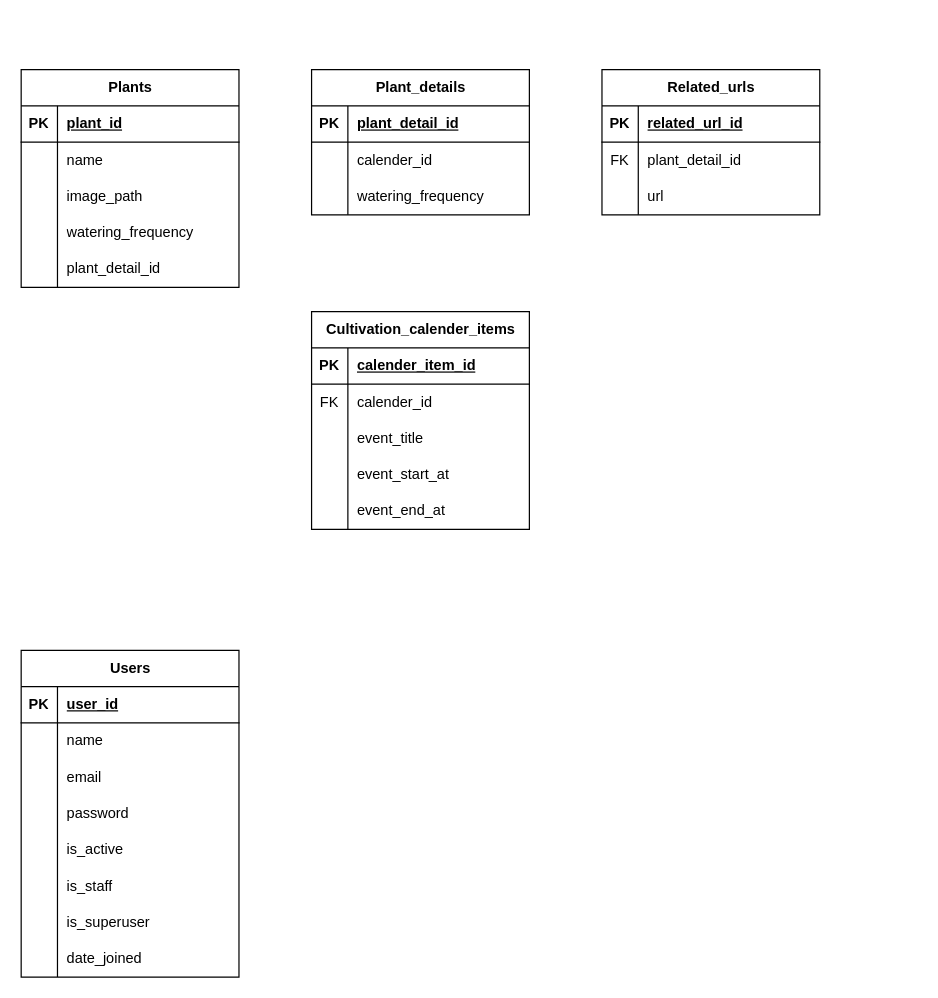
The draw.io diagram documents/ERD.drawio in AikawaShota/garden-management, before the edit. Source tidied: cells renumbered, new cells numbered last; positions are measured from the earlier drawing's top-left corner, leaving out a move shared by most shapes. Both pictures are drawn from the tidied source at 121%, with x=0, y=0 at pixel (21, 69).
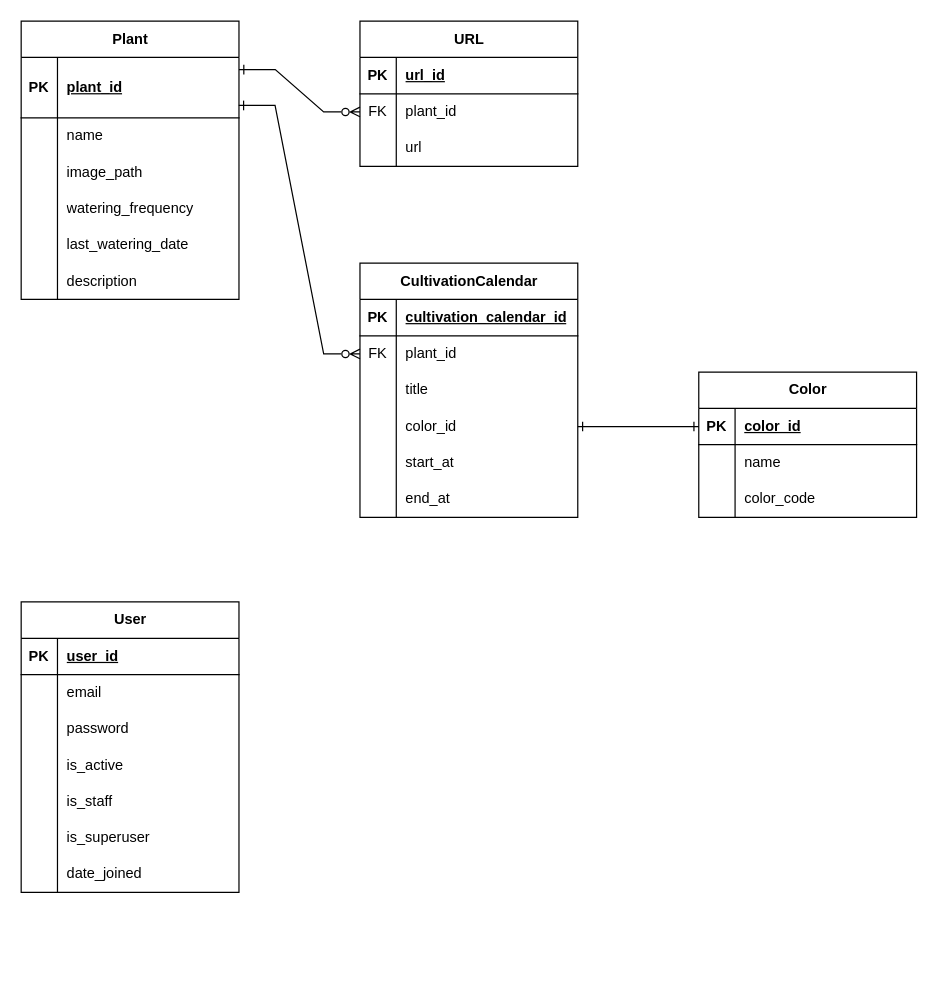
After the change.

Unchanged cells that the change refers to:
```xml
<mxCell id="54" style="shape=tableRow;horizontal=0;startSize=0;swimlaneHead=0;swimlaneBody=0;fillColor=none;top=0;left=0;right=0;bottom=1;" parent="53" vertex="1">
  <mxGeometry y="30" width="180" height="30" as="geometry" />
</mxCell>
<mxCell id="57" style="shape=tableRow;horizontal=0;startSize=0;swimlaneHead=0;swimlaneBody=0;fillColor=none;points=[[0,0.5],[1,0.5]];portConstraint=eastwest;top=0;left=0;right=0;bottom=0;" parent="53" vertex="1">
  <mxGeometry y="60" width="180" height="30" as="geometry" />
</mxCell>
<mxCell id="64" style="shape=tableRow;horizontal=0;startSize=0;swimlaneHead=0;swimlaneBody=0;fillColor=none;top=0;left=0;right=0;bottom=1;" parent="63" vertex="1">
  <mxGeometry y="30" width="180" height="30" as="geometry" />
</mxCell>
<mxCell id="67" style="shape=tableRow;horizontal=0;startSize=0;swimlaneHead=0;swimlaneBody=0;fillColor=none;points=[[0,0.5],[1,0.5]];portConstraint=eastwest;top=0;left=0;right=0;bottom=0;" parent="63" vertex="1">
  <mxGeometry y="60" width="180" height="30" as="geometry" />
</mxCell>
<mxCell id="70" style="shape=tableRow;horizontal=0;startSize=0;swimlaneHead=0;swimlaneBody=0;fillColor=none;top=0;left=0;right=0;bottom=0;" parent="63" vertex="1">
  <mxGeometry y="90" width="180" height="30" as="geometry" />
</mxCell>
```

Diff of the diagram source:
```diff
@@
-    <mxCell id="2" value="Plants" style="shape=table;startSize=30;childLayout=tableLayout;rowLines=0;fontStyle=1;align=center;html=1;" parent="1" vertex="1">
-      <mxGeometry width="180" height="180" as="geometry" />
+    <mxCell id="2" value="Plant" style="shape=table;startSize=30;childLayout=tableLayout;rowLines=0;fontStyle=1;align=center;html=1;" parent="1" vertex="1">
+      <mxGeometry y="-40" width="180" height="230" as="geometry" />
     </mxCell>
     <mxCell id="3" style="shape=tableRow;horizontal=0;startSize=0;swimlaneHead=0;swimlaneBody=0;fillColor=none;points=[[0,0.5],[1,0.5]];portConstraint=eastwest;top=0;left=0;right=0;bottom=1;" parent="2" vertex="1">
-      <mxGeometry y="30" width="180" height="30" as="geometry" />
+      <mxGeometry y="30" width="180" height="50" as="geometry" />
     </mxCell>
     <mxCell id="4" value="PK" style="shape=partialRectangle;fillColor=none;top=0;left=0;bottom=0;right=0;fontStyle=1;overflow=hidden;whiteSpace=wrap;html=1;" parent="3" vertex="1">
-      <mxGeometry width="30" height="30" as="geometry" />
+      <mxGeometry width="30" height="50" as="geometry" />
     </mxCell>
     <mxCell id="5" value="plant_id" style="shape=partialRectangle;fillColor=none;top=0;left=0;bottom=0;right=0;align=left;spacingLeft=6;fontStyle=5;overflow=hidden;whiteSpace=wrap;html=1;" parent="3" vertex="1">
-      <mxGeometry x="30" width="150" height="30" as="geometry" />
+      <mxGeometry x="30" width="150" height="50" as="geometry" />
     </mxCell>
     <mxCell id="6" style="shape=tableRow;horizontal=0;startSize=0;swimlaneHead=0;swimlaneBody=0;fillColor=none;top=0;left=0;right=0;bottom=0;" parent="2" vertex="1">
-      <mxGeometry y="60" width="180" height="30" as="geometry" />
+      <mxGeometry y="80" width="180" height="30" as="geometry" />
     </mxCell>
@@
     <mxCell id="9" style="shape=tableRow;horizontal=0;startSize=0;swimlaneHead=0;swimlaneBody=0;fillColor=none;top=0;left=0;right=0;bottom=0;" parent="2" vertex="1">
-      <mxGeometry y="90" width="180" height="30" as="geometry" />
+      <mxGeometry y="110" width="180" height="30" as="geometry" />
     </mxCell>
@@
     <mxCell id="12" style="shape=tableRow;horizontal=0;startSize=0;swimlaneHead=0;swimlaneBody=0;fillColor=none;top=0;left=0;right=0;bottom=0;" parent="2" vertex="1">
-      <mxGeometry y="120" width="180" height="30" as="geometry" />
+      <mxGeometry y="140" width="180" height="30" as="geometry" />
     </mxCell>
@@
-    <mxCell id="15" style="shape=tableRow;horizontal=0;startSize=0;swimlaneHead=0;swimlaneBody=0;fillColor=none;top=0;left=0;right=0;bottom=0;" parent="2" vertex="1">
-      <mxGeometry y="150" width="180" height="30" as="geometry" />
-    </mxCell>
-    <mxCell id="16" style="shape=partialRectangle;fillColor=none;top=0;left=0;bottom=0;right=0;overflow=hidden;whiteSpace=wrap;html=1;" parent="15" vertex="1">
-      <mxGeometry width="30" height="30" as="geometry" />
-    </mxCell>
-    <mxCell id="17" value="plant_detail_id" style="shape=partialRectangle;fillColor=none;top=0;left=0;bottom=0;right=0;align=left;spacingLeft=6;overflow=hidden;whiteSpace=wrap;html=1;" parent="15" vertex="1">
-      <mxGeometry x="30" width="150" height="30" as="geometry" />
-    </mxCell>
+    <mxCell id="79" style="shape=tableRow;horizontal=0;startSize=0;swimlaneHead=0;swimlaneBody=0;fillColor=none;top=0;left=0;right=0;bottom=0;" parent="2" vertex="1">
+      <mxGeometry y="170" width="180" height="30" as="geometry" />
+    </mxCell>
+    <mxCell id="80" style="shape=partialRectangle;fillColor=none;top=0;left=0;bottom=0;right=0;overflow=hidden;whiteSpace=wrap;html=1;" parent="79" vertex="1">
+      <mxGeometry width="30" height="30" as="geometry" />
+    </mxCell>
+    <mxCell id="81" value="last_watering_date" style="shape=partialRectangle;fillColor=none;top=0;left=0;bottom=0;right=0;align=left;spacingLeft=6;overflow=hidden;whiteSpace=wrap;html=1;" parent="79" vertex="1">
+      <mxGeometry x="30" width="150" height="30" as="geometry" />
+    </mxCell>
+    <mxCell id="82" style="shape=tableRow;horizontal=0;startSize=0;swimlaneHead=0;swimlaneBody=0;fillColor=none;top=0;left=0;right=0;bottom=0;" parent="2" vertex="1">
+      <mxGeometry y="200" width="180" height="30" as="geometry" />
+    </mxCell>
+    <mxCell id="83" style="shape=partialRectangle;fillColor=none;top=0;left=0;bottom=0;right=0;overflow=hidden;whiteSpace=wrap;html=1;" parent="82" vertex="1">
+      <mxGeometry width="30" height="30" as="geometry" />
+    </mxCell>
+    <mxCell id="84" value="description" style="shape=partialRectangle;fillColor=none;top=0;left=0;bottom=0;right=0;align=left;spacingLeft=6;overflow=hidden;whiteSpace=wrap;html=1;" parent="82" vertex="1">
+      <mxGeometry x="30" width="150" height="30" as="geometry" />
+    </mxCell>
-    <mxCell id="18" value="Users" style="shape=table;startSize=30;childLayout=tableLayout;rowLines=0;fontStyle=1;align=center;html=1;" parent="1" vertex="1">
-      <mxGeometry y="480" width="180" height="270" as="geometry" />
+    <mxCell id="18" value="User" style="shape=table;startSize=30;childLayout=tableLayout;rowLines=0;fontStyle=1;align=center;html=1;" parent="1" vertex="1">
+      <mxGeometry y="440" width="180" height="240" as="geometry" />
     </mxCell>
@@
-    <mxCell id="22" style="shape=tableRow;horizontal=0;startSize=0;swimlaneHead=0;swimlaneBody=0;fillColor=none;top=0;left=0;right=0;bottom=0;" parent="18" vertex="1">
-      <mxGeometry y="60" width="180" height="30" as="geometry" />
-    </mxCell>
-    <mxCell id="23" style="shape=partialRectangle;fillColor=none;top=0;left=0;bottom=0;right=0;overflow=hidden;whiteSpace=wrap;html=1;" parent="22" vertex="1">
-      <mxGeometry width="30" height="30" as="geometry" />
-    </mxCell>
-    <mxCell id="24" value="name" style="shape=partialRectangle;fillColor=none;top=0;left=0;bottom=0;right=0;align=left;spacingLeft=6;overflow=hidden;whiteSpace=wrap;html=1;" parent="22" vertex="1">
-      <mxGeometry x="30" width="150" height="30" as="geometry" />
-    </mxCell>
     <mxCell id="25" style="shape=tableRow;horizontal=0;startSize=0;swimlaneHead=0;swimlaneBody=0;fillColor=none;top=0;left=0;right=0;bottom=0;" parent="18" vertex="1">
-      <mxGeometry y="90" width="180" height="30" as="geometry" />
+      <mxGeometry y="60" width="180" height="30" as="geometry" />
     </mxCell>
@@
     <mxCell id="28" style="shape=tableRow;horizontal=0;startSize=0;swimlaneHead=0;swimlaneBody=0;fillColor=none;top=0;left=0;right=0;bottom=0;" parent="18" vertex="1">
-      <mxGeometry y="120" width="180" height="30" as="geometry" />
+      <mxGeometry y="90" width="180" height="30" as="geometry" />
     </mxCell>
@@
     <mxCell id="31" style="shape=tableRow;horizontal=0;startSize=0;swimlaneHead=0;swimlaneBody=0;fillColor=none;top=0;left=0;right=0;bottom=0;" parent="18" vertex="1">
-      <mxGeometry y="150" width="180" height="30" as="geometry" />
+      <mxGeometry y="120" width="180" height="30" as="geometry" />
     </mxCell>
@@
     <mxCell id="34" style="shape=tableRow;horizontal=0;startSize=0;swimlaneHead=0;swimlaneBody=0;fillColor=none;top=0;left=0;right=0;bottom=0;" parent="18" vertex="1">
-      <mxGeometry y="180" width="180" height="30" as="geometry" />
+      <mxGeometry y="150" width="180" height="30" as="geometry" />
     </mxCell>
@@
     <mxCell id="37" style="shape=tableRow;horizontal=0;startSize=0;swimlaneHead=0;swimlaneBody=0;fillColor=none;top=0;left=0;right=0;bottom=0;" parent="18" vertex="1">
-      <mxGeometry y="210" width="180" height="30" as="geometry" />
+      <mxGeometry y="180" width="180" height="30" as="geometry" />
     </mxCell>
@@
     <mxCell id="40" style="shape=tableRow;horizontal=0;startSize=0;swimlaneHead=0;swimlaneBody=0;fillColor=none;top=0;left=0;right=0;bottom=0;" parent="18" vertex="1">
-      <mxGeometry y="240" width="180" height="30" as="geometry" />
+      <mxGeometry y="210" width="180" height="30" as="geometry" />
     </mxCell>
@@
-    <mxCell id="43" value="Plant_details" style="shape=table;startSize=30;childLayout=tableLayout;rowLines=0;fontStyle=1;align=center;html=1;" parent="1" vertex="1">
-      <mxGeometry x="240" width="180" height="120" as="geometry" />
-    </mxCell>
-    <mxCell id="44" style="shape=tableRow;horizontal=0;startSize=0;swimlaneHead=0;swimlaneBody=0;fillColor=none;points=[[0,0.5],[1,0.5]];portConstraint=eastwest;top=0;left=0;right=0;bottom=1;" parent="43" vertex="1">
-      <mxGeometry y="30" width="180" height="30" as="geometry" />
-    </mxCell>
-    <mxCell id="45" value="PK" style="shape=partialRectangle;fillColor=none;top=0;left=0;bottom=0;right=0;fontStyle=1;overflow=hidden;whiteSpace=wrap;html=1;" parent="44" vertex="1">
-      <mxGeometry width="30" height="30" as="geometry" />
-    </mxCell>
-    <mxCell id="46" value="plant_detail_id" style="shape=partialRectangle;fillColor=none;top=0;left=0;bottom=0;right=0;align=left;spacingLeft=6;fontStyle=5;overflow=hidden;whiteSpace=wrap;html=1;" parent="44" vertex="1">
-      <mxGeometry x="30" width="150" height="30" as="geometry" />
-    </mxCell>
-    <mxCell id="47" style="shape=tableRow;horizontal=0;startSize=0;swimlaneHead=0;swimlaneBody=0;fillColor=none;top=0;left=0;right=0;bottom=0;" parent="43" vertex="1">
-      <mxGeometry y="60" width="180" height="30" as="geometry" />
-    </mxCell>
-    <mxCell id="48" style="shape=partialRectangle;fillColor=none;top=0;left=0;bottom=0;right=0;overflow=hidden;whiteSpace=wrap;html=1;" parent="47" vertex="1">
-      <mxGeometry width="30" height="30" as="geometry" />
-    </mxCell>
-    <mxCell id="49" value="calender_id" style="shape=partialRectangle;fillColor=none;top=0;left=0;bottom=0;right=0;align=left;spacingLeft=6;overflow=hidden;whiteSpace=wrap;html=1;" parent="47" vertex="1">
-      <mxGeometry x="30" width="150" height="30" as="geometry" />
-    </mxCell>
-    <mxCell id="50" style="shape=tableRow;horizontal=0;startSize=0;swimlaneHead=0;swimlaneBody=0;fillColor=none;top=0;left=0;right=0;bottom=0;" parent="43" vertex="1">
-      <mxGeometry y="90" width="180" height="30" as="geometry" />
-    </mxCell>
-    <mxCell id="51" style="shape=partialRectangle;fillColor=none;top=0;left=0;bottom=0;right=0;overflow=hidden;whiteSpace=wrap;html=1;" parent="50" vertex="1">
-      <mxGeometry width="30" height="30" as="geometry" />
-    </mxCell>
-    <mxCell id="52" value="watering_frequency" style="shape=partialRectangle;fillColor=none;top=0;left=0;bottom=0;right=0;align=left;spacingLeft=6;overflow=hidden;whiteSpace=wrap;html=1;" parent="50" vertex="1">
-      <mxGeometry x="30" width="150" height="30" as="geometry" />
-    </mxCell>
-    <mxCell id="53" value="Related_urls" style="shape=table;startSize=30;childLayout=tableLayout;rowLines=0;fontStyle=1;align=center;html=1;" parent="1" vertex="1">
-      <mxGeometry x="480" width="180" height="120" as="geometry" />
+    <mxCell id="53" value="URL" style="shape=table;startSize=30;childLayout=tableLayout;rowLines=0;fontStyle=1;align=center;html=1;" parent="1" vertex="1">
+      <mxGeometry x="280" y="-40" width="180" height="120" as="geometry" />
     </mxCell>
@@
-    <mxCell id="56" value="related_url_id" style="shape=partialRectangle;fillColor=none;top=0;left=0;bottom=0;right=0;align=left;spacingLeft=6;fontStyle=5;overflow=hidden;whiteSpace=wrap;html=1;" parent="54" vertex="1">
+    <mxCell id="56" value="url_id" style="shape=partialRectangle;fillColor=none;top=0;left=0;bottom=0;right=0;align=left;spacingLeft=6;fontStyle=5;overflow=hidden;whiteSpace=wrap;html=1;" parent="54" vertex="1">
       <mxGeometry x="30" width="150" height="30" as="geometry" />
     </mxCell>
@@
-    <mxCell id="59" value="plant_detail_id" style="shape=partialRectangle;fillColor=none;top=0;left=0;bottom=0;right=0;align=left;spacingLeft=6;overflow=hidden;whiteSpace=wrap;html=1;" parent="57" vertex="1">
+    <mxCell id="59" value="plant_id" style="shape=partialRectangle;fillColor=none;top=0;left=0;bottom=0;right=0;align=left;spacingLeft=6;overflow=hidden;whiteSpace=wrap;html=1;" parent="57" vertex="1">
       <mxGeometry x="30" width="150" height="30" as="geometry" />
     </mxCell>
@@
-    <mxCell id="63" value="Cultivation_calender_items" style="shape=table;startSize=30;childLayout=tableLayout;rowLines=0;fontStyle=1;align=center;html=1;" parent="1" vertex="1">
-      <mxGeometry x="240" y="200" width="180" height="180" as="geometry" />
+    <mxCell id="63" value="CultivationCalendar" style="shape=table;startSize=30;childLayout=tableLayout;rowLines=0;fontStyle=1;align=center;html=1;" parent="1" vertex="1">
+      <mxGeometry x="280" y="160" width="180" height="210" as="geometry" />
     </mxCell>
@@
-    <mxCell id="66" value="calender_item_id" style="shape=partialRectangle;fillColor=none;top=0;left=0;bottom=0;right=0;align=left;spacingLeft=6;fontStyle=5;overflow=hidden;whiteSpace=wrap;html=1;" parent="64" vertex="1">
+    <mxCell id="66" value="cultivation_calendar_id" style="shape=partialRectangle;fillColor=none;top=0;left=0;bottom=0;right=0;align=left;spacingLeft=6;fontStyle=5;overflow=hidden;whiteSpace=wrap;html=1;" parent="64" vertex="1">
       <mxGeometry x="30" width="150" height="30" as="geometry" />
     </mxCell>
@@
-    <mxCell id="69" value="calender_id" style="shape=partialRectangle;fillColor=none;top=0;left=0;bottom=0;right=0;align=left;spacingLeft=6;overflow=hidden;whiteSpace=wrap;html=1;" parent="67" vertex="1">
+    <mxCell id="69" value="plant_id" style="shape=partialRectangle;fillColor=none;top=0;left=0;bottom=0;right=0;align=left;spacingLeft=6;overflow=hidden;whiteSpace=wrap;html=1;" parent="67" vertex="1">
       <mxGeometry x="30" width="150" height="30" as="geometry" />
     </mxCell>
@@
-    <mxCell id="72" value="event_title" style="shape=partialRectangle;fillColor=none;top=0;left=0;bottom=0;right=0;align=left;spacingLeft=6;overflow=hidden;whiteSpace=wrap;html=1;" parent="70" vertex="1">
+    <mxCell id="72" value="title" style="shape=partialRectangle;fillColor=none;top=0;left=0;bottom=0;right=0;align=left;spacingLeft=6;overflow=hidden;whiteSpace=wrap;html=1;" parent="70" vertex="1">
       <mxGeometry x="30" width="150" height="30" as="geometry" />
     </mxCell>
+    <mxCell id="85" style="shape=tableRow;horizontal=0;startSize=0;swimlaneHead=0;swimlaneBody=0;fillColor=none;points=[[0,0.5],[1,0.5]];portConstraint=eastwest;top=0;left=0;right=0;bottom=0;" parent="63" vertex="1">
+      <mxGeometry y="120" width="180" height="30" as="geometry" />
+    </mxCell>
+    <mxCell id="86" style="shape=partialRectangle;fillColor=none;top=0;left=0;bottom=0;right=0;overflow=hidden;whiteSpace=wrap;html=1;" parent="85" vertex="1">
+      <mxGeometry width="30" height="30" as="geometry" />
+    </mxCell>
+    <mxCell id="87" value="color_id" style="shape=partialRectangle;fillColor=none;top=0;left=0;bottom=0;right=0;align=left;spacingLeft=6;overflow=hidden;whiteSpace=wrap;html=1;" parent="85" vertex="1">
+      <mxGeometry x="30" width="150" height="30" as="geometry" />
+    </mxCell>
     <mxCell id="73" style="shape=tableRow;horizontal=0;startSize=0;swimlaneHead=0;swimlaneBody=0;fillColor=none;top=0;left=0;right=0;bottom=0;" parent="63" vertex="1">
-      <mxGeometry y="120" width="180" height="30" as="geometry" />
+      <mxGeometry y="150" width="180" height="30" as="geometry" />
     </mxCell>
@@
-    <mxCell id="75" value="event_start_at" style="shape=partialRectangle;fillColor=none;top=0;left=0;bottom=0;right=0;align=left;spacingLeft=6;overflow=hidden;whiteSpace=wrap;html=1;" parent="73" vertex="1">
+    <mxCell id="75" value="start_at" style="shape=partialRectangle;fillColor=none;top=0;left=0;bottom=0;right=0;align=left;spacingLeft=6;overflow=hidden;whiteSpace=wrap;html=1;" parent="73" vertex="1">
       <mxGeometry x="30" width="150" height="30" as="geometry" />
     </mxCell>
     <mxCell id="76" style="shape=tableRow;horizontal=0;startSize=0;swimlaneHead=0;swimlaneBody=0;fillColor=none;top=0;left=0;right=0;bottom=0;" parent="63" vertex="1">
-      <mxGeometry y="150" width="180" height="30" as="geometry" />
+      <mxGeometry y="180" width="180" height="30" as="geometry" />
     </mxCell>
@@
-    <mxCell id="78" value="event_end_at" style="shape=partialRectangle;fillColor=none;top=0;left=0;bottom=0;right=0;align=left;spacingLeft=6;overflow=hidden;whiteSpace=wrap;html=1;" parent="76" vertex="1">
+    <mxCell id="78" value="end_at" style="shape=partialRectangle;fillColor=none;top=0;left=0;bottom=0;right=0;align=left;spacingLeft=6;overflow=hidden;whiteSpace=wrap;html=1;" parent="76" vertex="1">
       <mxGeometry x="30" width="150" height="30" as="geometry" />
     </mxCell>
+    <mxCell id="88" style="rounded=0;jettySize=auto;html=1;exitX=1;exitY=0.2;exitDx=0;exitDy=0;edgeStyle=entityRelationEdgeStyle;elbow=vertical;endArrow=ERzeroToMany;endFill=0;exitPerimeter=0;startArrow=ERone;startFill=0;" parent="1" edge="1" source="3" target="57">
+      <mxGeometry relative="1" as="geometry" />
+    </mxCell>
+    <mxCell id="89" style="edgeStyle=entityRelationEdgeStyle;rounded=0;jettySize=auto;html=1;exitX=0.999;exitY=0.793;exitDx=0;exitDy=0;entryX=0;entryY=0.5;entryDx=0;entryDy=0;exitPerimeter=0;endArrow=ERzeroToMany;endFill=0;startArrow=ERone;startFill=0;" parent="1" edge="1" source="3" target="67">
+      <mxGeometry relative="1" as="geometry" />
+    </mxCell>
+    <mxCell id="90" value="Color" style="shape=table;startSize=30;childLayout=tableLayout;rowLines=0;fontStyle=1;align=center;html=1;" parent="1" vertex="1">
+      <mxGeometry x="560" y="250" width="180" height="120" as="geometry" />
+    </mxCell>
+    <mxCell id="44" style="shape=tableRow;horizontal=0;startSize=0;swimlaneHead=0;swimlaneBody=0;fillColor=none;points=[[0,0.5],[1,0.5]];portConstraint=eastwest;top=0;left=0;right=0;bottom=1;" parent="90" vertex="1">
+      <mxGeometry y="30" width="180" height="30" as="geometry" />
+    </mxCell>
+    <mxCell id="45" value="PK" style="shape=partialRectangle;fillColor=none;top=0;left=0;bottom=0;right=0;fontStyle=1;overflow=hidden;whiteSpace=wrap;html=1;" parent="44" vertex="1">
+      <mxGeometry width="30" height="30" as="geometry" />
+    </mxCell>
+    <mxCell id="91" value="color_id" style="shape=partialRectangle;fillColor=none;top=0;left=0;bottom=0;right=0;align=left;spacingLeft=6;fontStyle=5;overflow=hidden;whiteSpace=wrap;html=1;" parent="44" vertex="1">
+      <mxGeometry x="30" width="150" height="30" as="geometry" />
+    </mxCell>
+    <mxCell id="92" style="shape=tableRow;horizontal=0;startSize=0;swimlaneHead=0;swimlaneBody=0;fillColor=none;top=0;left=0;right=0;bottom=0;" parent="90" vertex="1">
+      <mxGeometry y="60" width="180" height="30" as="geometry" />
+    </mxCell>
+    <mxCell id="93" style="shape=partialRectangle;fillColor=none;top=0;left=0;bottom=0;right=0;overflow=hidden;whiteSpace=wrap;html=1;" parent="92" vertex="1">
+      <mxGeometry width="30" height="30" as="geometry" />
+    </mxCell>
+    <mxCell id="24" value="name" style="shape=partialRectangle;fillColor=none;top=0;left=0;bottom=0;right=0;align=left;spacingLeft=6;overflow=hidden;whiteSpace=wrap;html=1;" parent="92" vertex="1">
+      <mxGeometry x="30" width="150" height="30" as="geometry" />
+    </mxCell>
+    <mxCell id="50" style="shape=tableRow;horizontal=0;startSize=0;swimlaneHead=0;swimlaneBody=0;fillColor=none;top=0;left=0;right=0;bottom=0;" parent="90" vertex="1">
+      <mxGeometry y="90" width="180" height="30" as="geometry" />
+    </mxCell>
+    <mxCell id="94" style="shape=partialRectangle;fillColor=none;top=0;left=0;bottom=0;right=0;overflow=hidden;whiteSpace=wrap;html=1;" parent="50" vertex="1">
+      <mxGeometry width="30" height="30" as="geometry" />
+    </mxCell>
+    <mxCell id="95" value="color_code" style="shape=partialRectangle;fillColor=none;top=0;left=0;bottom=0;right=0;align=left;spacingLeft=6;overflow=hidden;whiteSpace=wrap;html=1;" parent="50" vertex="1">
+      <mxGeometry x="30" width="150" height="30" as="geometry" />
+    </mxCell>
+    <mxCell id="96" style="edgeStyle=entityRelationEdgeStyle;rounded=0;jettySize=auto;html=1;exitX=1;exitY=0.5;exitDx=0;exitDy=0;entryX=0;entryY=0.5;entryDx=0;entryDy=0;startArrow=ERone;startFill=0;endArrow=ERone;endFill=0;" parent="1" edge="1" source="85" target="44">
+      <mxGeometry relative="1" as="geometry" />
+    </mxCell>
```
